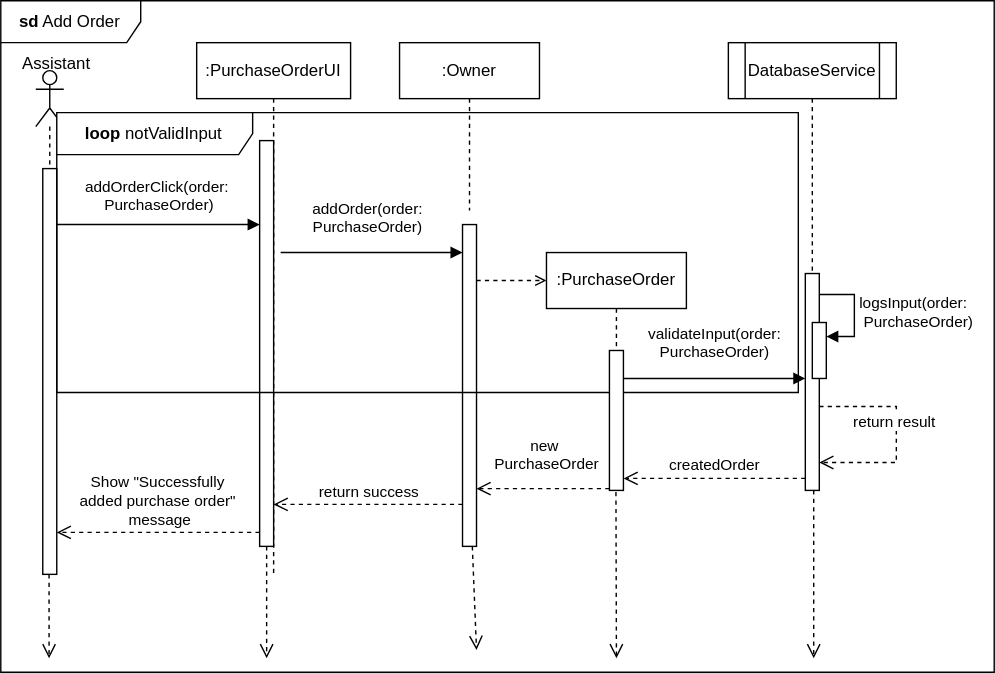
Before: add_order.svg, a diagram exported from draw.io (Simamkele88/IFM3_GP). Source tidied: cells renumbered, new cells last; positions are measured from the earlier drawing's top-left corner, leaving out a move shared by most shapes.
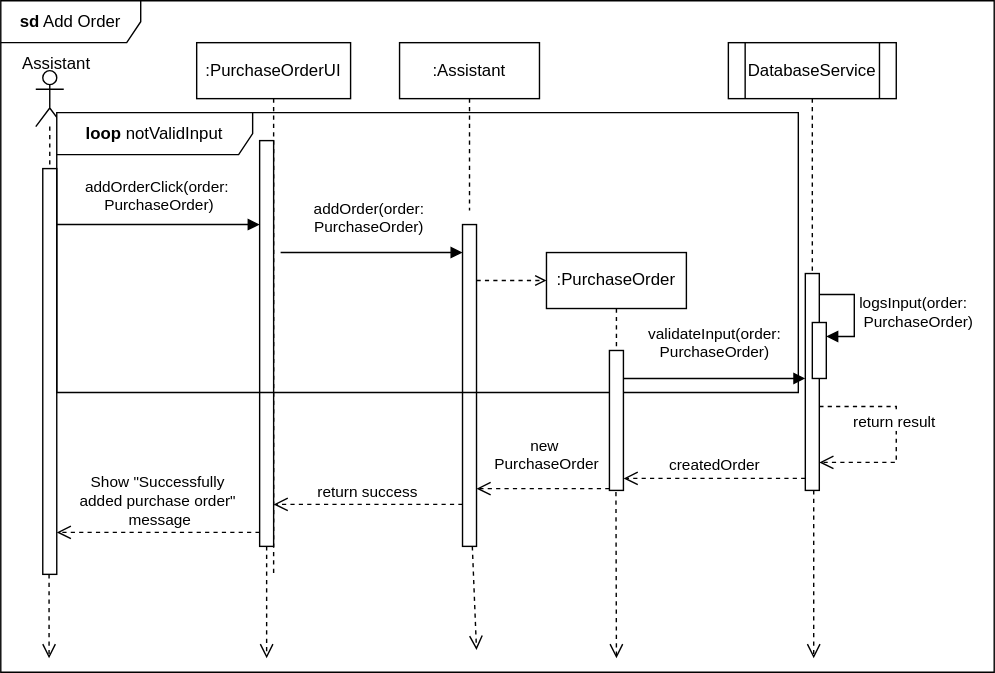
The same file after the commit.

What changed in the source:
```diff
@@ -17,7 +17,7 @@
     <mxCell id="6" style="html=1;perimeter=orthogonalPerimeter;targetShapes=umlLifeline;newEdgeStyle={&quot;curved&quot;:0,&quot;rounded&quot;:0};" parent="1" vertex="1">
       <mxGeometry x="30" y="120" width="10" height="290" as="geometry" />
     </mxCell>
-    <mxCell id="7" value=":Owner" style="shape=umlLifeline;perimeter=lifelinePerimeter;whiteSpace=wrap;html=1;newEdgeStyle={&quot;curved&quot;:0,&quot;rounded&quot;:0};" parent="1" vertex="1">
+    <mxCell id="7" value=":Assistant" style="shape=umlLifeline;perimeter=lifelinePerimeter;whiteSpace=wrap;html=1;newEdgeStyle={&quot;curved&quot;:0,&quot;rounded&quot;:0};" parent="1" vertex="1">
       <mxGeometry x="285" y="30" width="100" height="120" as="geometry" />
     </mxCell>
     <mxCell id="8" style="html=1;perimeter=orthogonalPerimeter;targetShapes=umlLifeline;newEdgeStyle={&quot;curved&quot;:0,&quot;rounded&quot;:0};" parent="1" vertex="1">
```
